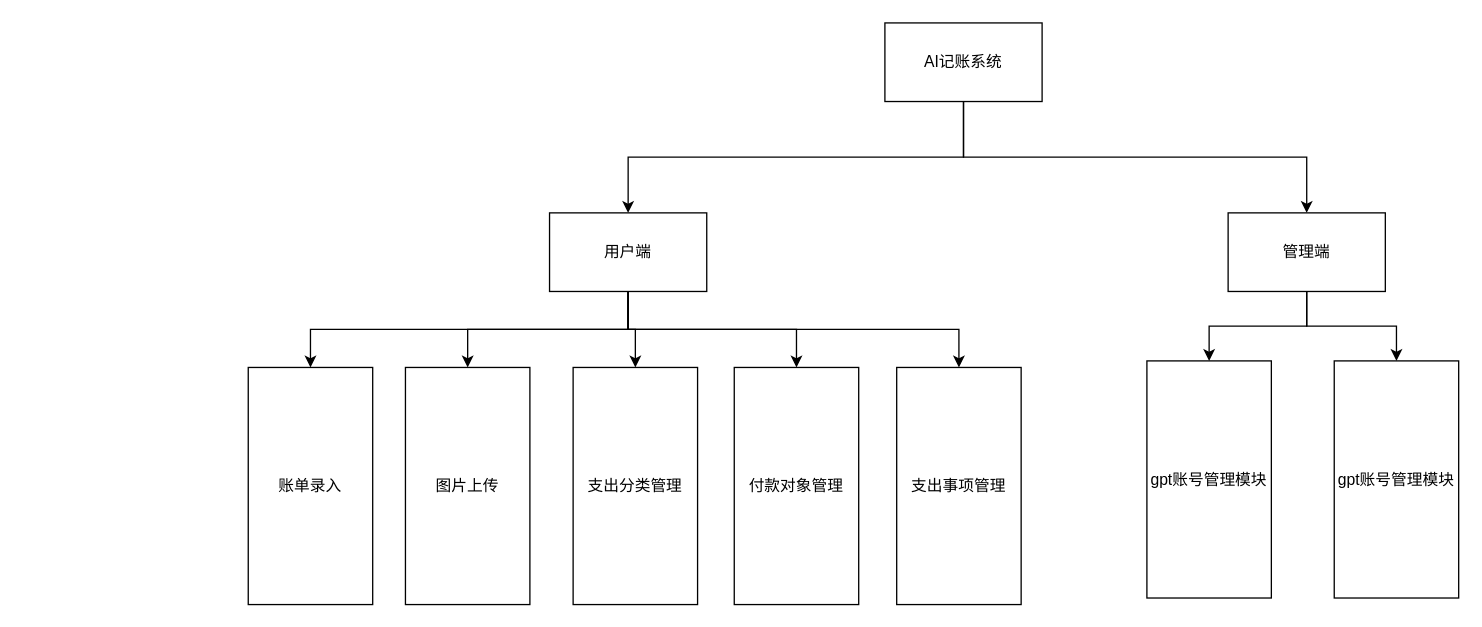
This is page "系统功能模块图" (1 of 4) of ai记账系统.drawio from Amos-Pan-lei/diagram-repo, a draw.io file, before an edit. Source tidied: cells renumbered, new cells numbered last; positions are measured from the earlier drawing's top-left corner, leaving out a move shared by most shapes. Both pictures are drawn from the tidied source at 131%, with x=0, y=0 at pixel (248, 22).
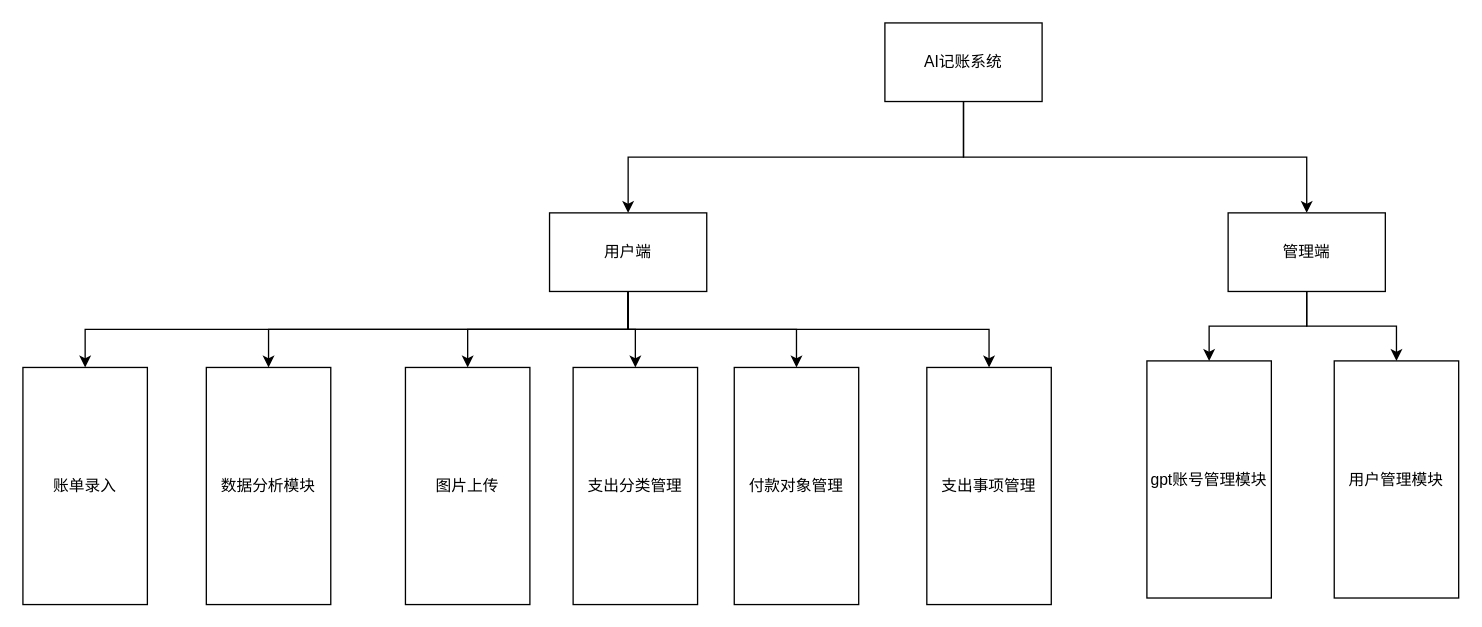
Above is the later version.

Commit message (it also covers changes not shown here):
更新ai记账系统.drawio

Unchanged cells that the change refers to:
```xml
<mxCell id="10" value="用户端" style="rounded=0;whiteSpace=wrap;html=1;" parent="1" vertex="1">
  <mxGeometry x="230" y="145" width="120" height="60" as="geometry" />
</mxCell>
```

Change to the diagram source:
```diff
@@
+    <mxCell id="21" style="edgeStyle=orthogonalEdgeStyle;rounded=0;jettySize=auto;html=1;exitX=0.5;exitY=1;exitDx=0;exitDy=0;" parent="1" edge="1" source="10" target="22">
+      <mxGeometry relative="1" as="geometry" />
+    </mxCell>
@@
     <mxCell id="14" value="账单录入" style="rounded=0;whiteSpace=wrap;html=1;" parent="1" vertex="1">
-      <mxGeometry y="263" width="95" height="181" as="geometry" />
+      <mxGeometry x="-172" y="263" width="95" height="181" as="geometry" />
     </mxCell>
@@
     <mxCell id="18" value="&lt;div class=&quot;lake-content&quot;&gt;&lt;div class=&quot;lake-content&quot;&gt;&lt;div class=&quot;lake-content&quot;&gt;&lt;div class=&quot;lake-content&quot;&gt;支出事项管理&lt;/div&gt;&lt;/div&gt;&lt;/div&gt;&lt;/div&gt;" style="rounded=0;whiteSpace=wrap;html=1;" parent="1" vertex="1">
-      <mxGeometry x="495" y="263" width="95" height="181" as="geometry" />
+      <mxGeometry x="518" y="263" width="95" height="181" as="geometry" />
     </mxCell>
-    <mxCell id="19" value="&lt;div class=&quot;lake-content&quot;&gt;&lt;div class=&quot;lake-content&quot;&gt;&lt;div class=&quot;lake-content&quot;&gt;&lt;div class=&quot;lake-content&quot;&gt;&lt;div class=&quot;lake-content&quot;&gt;gpt账号管理模块&lt;/div&gt;&lt;/div&gt;&lt;/div&gt;&lt;/div&gt;&lt;/div&gt;" style="rounded=0;whiteSpace=wrap;html=1;" parent="1" vertex="1">
+    <mxCell id="19" value="用户管理模块" style="rounded=0;whiteSpace=wrap;html=1;" parent="1" vertex="1">
       <mxGeometry x="829" y="258" width="95" height="181" as="geometry" />
     </mxCell>
@@
+    <mxCell id="22" value="数据分析模块" style="rounded=0;whiteSpace=wrap;html=1;" parent="1" vertex="1">
+      <mxGeometry x="-32" y="263" width="95" height="181" as="geometry" />
+    </mxCell>
```
